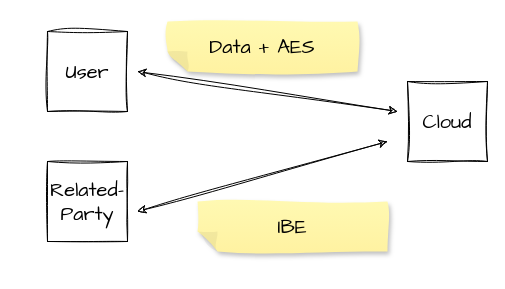
The draw.io diagram Untitled_solution Diagram.drawio in superKool/CP-ABE, before the edit. Source tidied: cells renumbered, new cells numbered last; positions are measured from the earlier drawing's top-left corner, leaving out a move shared by most shapes. Both pictures are drawn from the tidied source at 100%, with x=0, y=0 at pixel (47, 21).
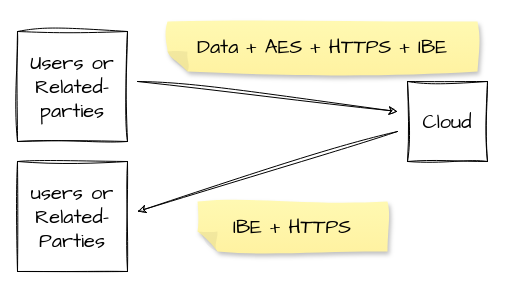
The same page after the edit.

Diff of the diagram source:
```diff
@@
-<mxGraphModel>
+<mxGraphModel background="#ffffff">
   <root>
     <mxCell id="0" />
     <mxCell id="1" parent="0" />
-    <mxCell id="2" value="User" style="whiteSpace=wrap;html=1;sketch=1;hachureGap=4;jiggle=2;curveFitting=1;fontFamily=Architects Daughter;fontSize=20;" parent="1" vertex="1">
-      <mxGeometry y="10" width="80" height="80" as="geometry" />
+    <mxCell id="2" value="Users or Related-parties" style="whiteSpace=wrap;html=1;sketch=1;hachureGap=4;jiggle=2;curveFitting=1;fontFamily=Architects Daughter;fontSize=20;" parent="1" vertex="1">
+      <mxGeometry x="-30" y="10" width="110" height="110" as="geometry" />
     </mxCell>
     <mxCell id="3" value="Cloud" style="whiteSpace=wrap;html=1;sketch=1;hachureGap=4;jiggle=2;curveFitting=1;fontFamily=Architects Daughter;fontSize=20;" parent="1" vertex="1">
       <mxGeometry x="360" y="60" width="80" height="80" as="geometry" />
     </mxCell>
-    <mxCell id="4" value="Related-Party" style="whiteSpace=wrap;html=1;sketch=1;hachureGap=4;jiggle=2;curveFitting=1;fontFamily=Architects Daughter;fontSize=20;" parent="1" vertex="1">
-      <mxGeometry y="140" width="80" height="80" as="geometry" />
+    <mxCell id="4" value="users or Related-Parties" style="whiteSpace=wrap;html=1;sketch=1;hachureGap=4;jiggle=2;curveFitting=1;fontFamily=Architects Daughter;fontSize=20;" parent="1" vertex="1">
+      <mxGeometry x="-30" y="140" width="110" height="110" as="geometry" />
     </mxCell>
-    <mxCell id="5" style="endArrow=classic;startArrow=classic;html=1;rounded=0;sketch=1;hachureGap=4;jiggle=2;curveFitting=1;fontFamily=Architects Daughter;fontSize=16;" parent="1" edge="1">
-      <mxGeometry relative="1" as="geometry">
-        <mxPoint x="90" y="190" as="sourcePoint" />
-        <mxPoint x="340" y="120" as="targetPoint" />
-      </mxGeometry>
-    </mxCell>
-    <mxCell id="6" style="endArrow=classic;startArrow=classic;html=1;rounded=0;sketch=1;hachureGap=4;jiggle=2;curveFitting=1;fontFamily=Architects Daughter;fontSize=16;" parent="1" edge="1">
-      <mxGeometry relative="1" as="geometry">
-        <mxPoint x="90" y="50" as="sourcePoint" />
-        <mxPoint x="350" y="90" as="targetPoint" />
-      </mxGeometry>
-    </mxCell>
-    <mxCell id="7" value="Data + AES" style="shape=note;whiteSpace=wrap;html=1;backgroundOutline=1;fontColor=#000000;darkOpacity=0.05;fillColor=#FFF9B2;strokeColor=none;fillStyle=solid;direction=west;gradientDirection=north;gradientColor=#FFF2A1;shadow=1;size=20;sketch=1;hachureGap=4;jiggle=2;curveFitting=1;fontFamily=Architects Daughter;fontSize=20;" parent="1" vertex="1">
-      <mxGeometry x="120" width="190" height="50" as="geometry" />
+    <mxCell id="7" value="Data + AES + HTTPS + IBE" style="shape=note;whiteSpace=wrap;html=1;backgroundOutline=1;fontColor=#000000;darkOpacity=0.05;fillColor=#FFF9B2;strokeColor=none;fillStyle=solid;direction=west;gradientDirection=north;gradientColor=#FFF2A1;shadow=1;size=20;sketch=1;hachureGap=4;jiggle=2;curveFitting=1;fontFamily=Architects Daughter;fontSize=20;" parent="1" vertex="1">
+      <mxGeometry x="120" width="310" height="50" as="geometry" />
     </mxCell>
-    <mxCell id="8" value="IBE" style="shape=note;whiteSpace=wrap;html=1;backgroundOutline=1;fontColor=#000000;darkOpacity=0.05;fillColor=#FFF9B2;strokeColor=none;fillStyle=solid;direction=west;gradientDirection=north;gradientColor=#FFF2A1;shadow=1;size=20;sketch=1;hachureGap=4;jiggle=2;curveFitting=1;fontFamily=Architects Daughter;fontSize=20;" parent="1" vertex="1">
+    <mxCell id="8" value="IBE + HTTPS" style="shape=note;whiteSpace=wrap;html=1;backgroundOutline=1;fontColor=#000000;darkOpacity=0.05;fillColor=#FFF9B2;strokeColor=none;fillStyle=solid;direction=west;gradientDirection=north;gradientColor=#FFF2A1;shadow=1;size=20;sketch=1;hachureGap=4;jiggle=2;curveFitting=1;fontFamily=Architects Daughter;fontSize=20;" parent="1" vertex="1">
       <mxGeometry x="150" y="180" width="190" height="50" as="geometry" />
     </mxCell>
+    <mxCell id="9" style="endArrow=classic;html=1;rounded=0;sketch=1;hachureGap=4;jiggle=2;curveFitting=1;fontFamily=Architects Daughter;fontSize=16;" parent="1" edge="1">
+      <mxGeometry relative="1" as="geometry">
+        <mxPoint x="90" y="60" as="sourcePoint" />
+        <mxPoint x="350" y="90" as="targetPoint" />
+      </mxGeometry>
+    </mxCell>
+    <mxCell id="10" style="endArrow=classic;html=1;rounded=0;sketch=1;hachureGap=4;jiggle=2;curveFitting=1;fontFamily=Architects Daughter;fontSize=16;" parent="1" edge="1">
+      <mxGeometry relative="1" as="geometry">
+        <mxPoint x="350" y="110" as="sourcePoint" />
+        <mxPoint x="90" y="190" as="targetPoint" />
+      </mxGeometry>
+    </mxCell>
   </root>
 </mxGraphModel>
```
